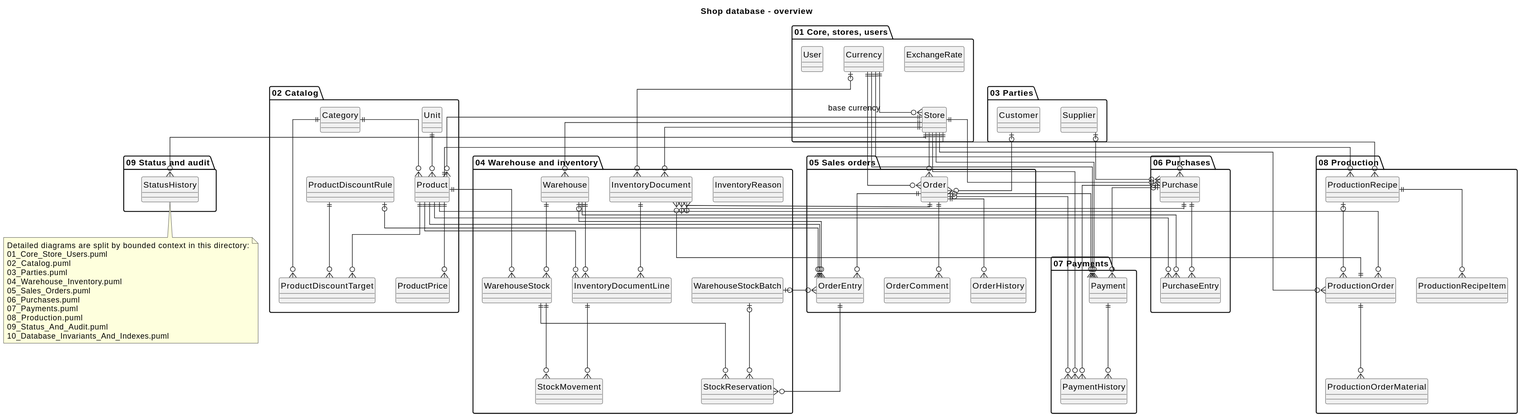
This is src/Uml/database/Database.svg from Tolik1794/shop, a PlantUML export, as it was before one commit.
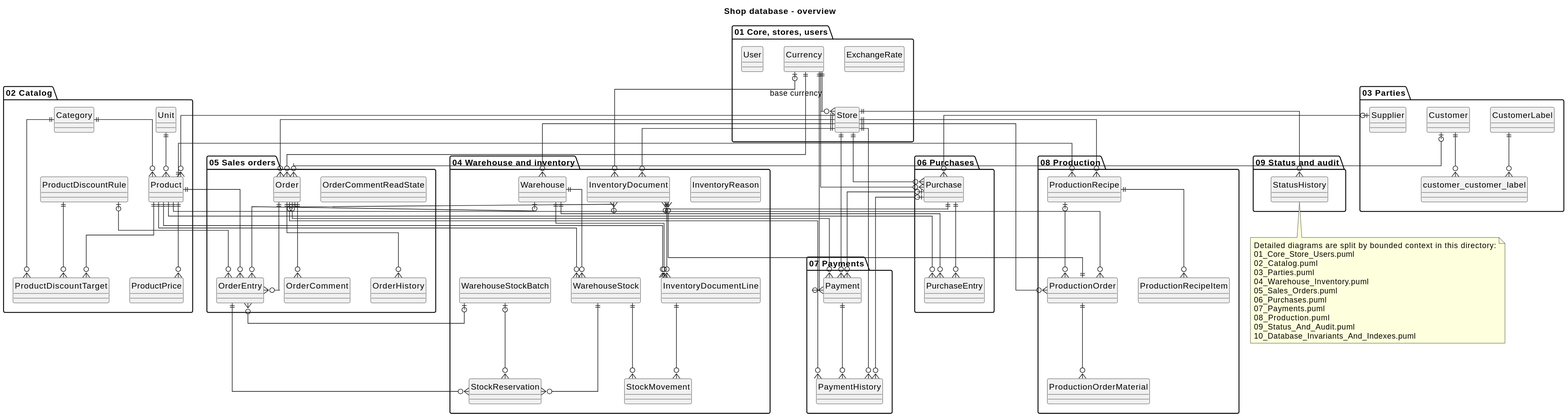
Above is the later version.

Diff of the diagram source:
```diff
@@ -22,6 +22,8 @@
 package "03 Parties" as Parties {
     entity Customer
     entity Supplier
+    entity CustomerLabel
+    entity customer_customer_label
 }
 
 package "04 Warehouse and inventory" as Inventory {
@@ -39,6 +41,7 @@
     entity Order
     entity OrderEntry
     entity OrderComment
+    entity OrderCommentReadState
     entity OrderHistory
 }
 
@@ -95,6 +98,8 @@
 Product ||--o{ ProductionOrder
 
 Customer |o--o{ Order
+Customer ||--o{ customer_customer_label
+CustomerLabel ||--o{ customer_customer_label
 Supplier |o--o{ Purchase
 Warehouse ||--o{ WarehouseStock
 Warehouse ||--o{ InventoryDocumentLine
```
